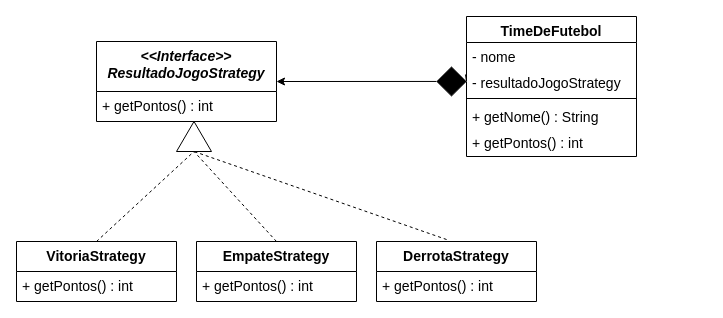
Earlier version of the draw.io diagram Padroes de Projeto/Strategy/UML/Strategy.drawio (SoSoJigsaw/bertoti). Source tidied: cells renumbered, new cells numbered last; positions are measured from the earlier drawing's top-left corner, leaving out a move shared by most shapes. Both pictures are drawn from the tidied source at 100%, with x=0, y=0 at pixel (16, 16).
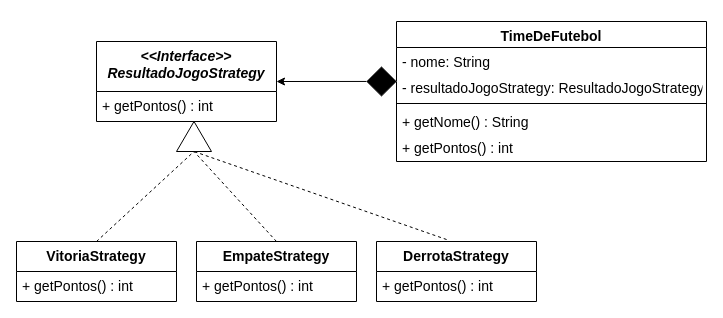
After the change.

Change to the diagram source:
```diff
@@
     <mxCell id="8" value="TimeDeFutebol" style="swimlane;fontStyle=1;align=center;verticalAlign=top;horizontal=1;startSize=26;rounded=0;shadow=0;strokeWidth=1;fontSize=14;" parent="1" vertex="1">
-      <mxGeometry x="450" width="170" height="140" as="geometry" />
+      <mxGeometry x="380" y="5" width="310" height="140" as="geometry" />
     </mxCell>
-    <mxCell id="9" value="- nome" style="text;align=left;verticalAlign=top;spacingLeft=4;spacingRight=4;overflow=hidden;fontSize=14;" parent="8" vertex="1">
-      <mxGeometry y="26" width="170" height="26" as="geometry" />
+    <mxCell id="9" value="- nome: String" style="text;align=left;verticalAlign=top;spacingLeft=4;spacingRight=4;overflow=hidden;fontSize=14;" parent="8" vertex="1">
+      <mxGeometry y="26" width="310" height="26" as="geometry" />
     </mxCell>
-    <mxCell id="10" value="- resultadoJogoStrategy" style="text;align=left;verticalAlign=top;spacingLeft=4;spacingRight=4;overflow=hidden;points=[[0,0.5],[1,0.5]];portConstraint=eastwest;rounded=0;shadow=0;html=0;fontSize=14;" parent="8" vertex="1">
-      <mxGeometry y="52" width="170" height="26" as="geometry" />
+    <mxCell id="10" value="- resultadoJogoStrategy: ResultadoJogoStrategy" style="text;align=left;verticalAlign=top;spacingLeft=4;spacingRight=4;overflow=hidden;points=[[0,0.5],[1,0.5]];portConstraint=eastwest;rounded=0;shadow=0;html=0;fontSize=14;" parent="8" vertex="1">
+      <mxGeometry y="52" width="310" height="26" as="geometry" />
     </mxCell>
     <mxCell id="11" style="line;html=1;strokeWidth=1;align=left;verticalAlign=middle;spacingTop=-1;spacingLeft=3;spacingRight=3;labelPosition=right;" parent="8" vertex="1">
-      <mxGeometry y="78" width="170" height="8" as="geometry" />
+      <mxGeometry y="78" width="310" height="8" as="geometry" />
     </mxCell>
     <mxCell id="12" value="+ getNome() : String " style="text;align=left;verticalAlign=top;spacingLeft=4;spacingRight=4;overflow=hidden;fontSize=14;" parent="8" vertex="1">
-      <mxGeometry y="86" width="170" height="26" as="geometry" />
+      <mxGeometry y="86" width="310" height="26" as="geometry" />
     </mxCell>
     <mxCell id="13" value="+ getPontos() : int" style="text;align=left;verticalAlign=top;spacingLeft=4;spacingRight=4;overflow=hidden;fontSize=14;" parent="8" vertex="1">
-      <mxGeometry y="112" width="170" height="26" as="geometry" />
+      <mxGeometry y="112" width="310" height="26" as="geometry" />
     </mxCell>
@@
     <mxCell id="18" style="rhombus;whiteSpace=wrap;html=1;fillColor=#000000;fontColor=#333333;strokeColor=#666666;" parent="1" vertex="1">
-      <mxGeometry x="420" y="50.2" width="30" height="29.5" as="geometry" />
+      <mxGeometry x="350" y="50.2" width="30" height="29.5" as="geometry" />
     </mxCell>
```
